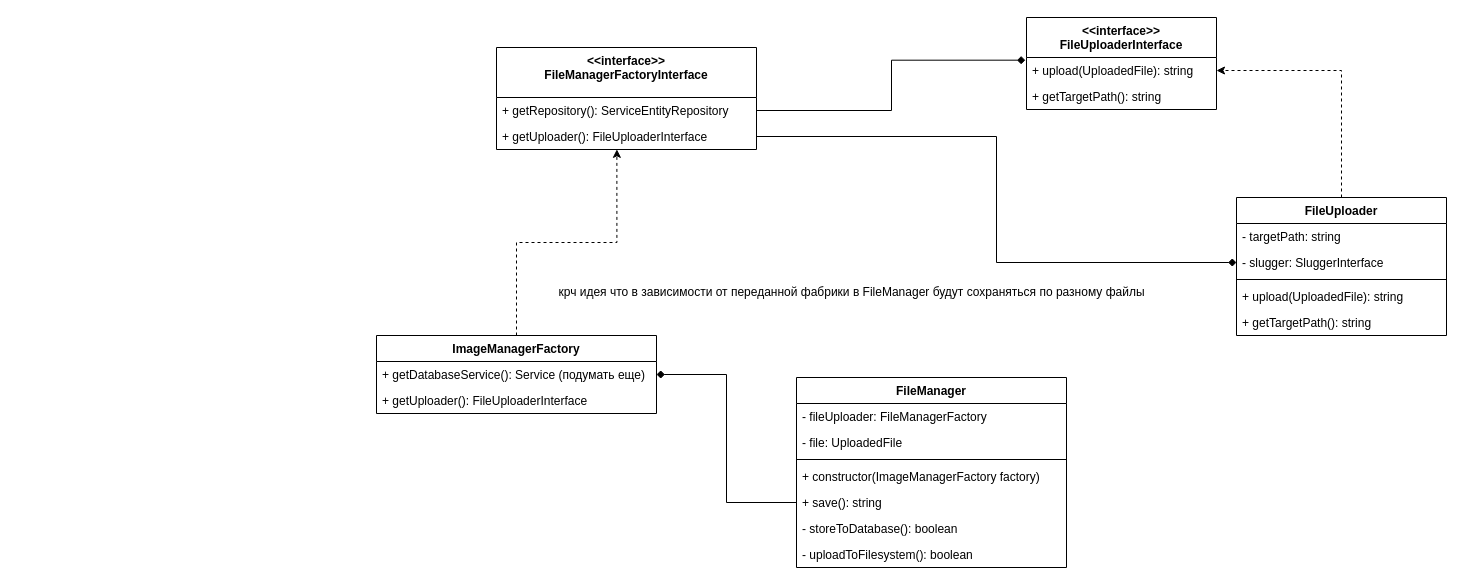
ilya372317/LMS-docker-pack keeps this draw.io diagram as page "Image control" (2 of 2) of UML.drawio. Above is the earlier version. Source tidied: cells renumbered, new cells numbered last; positions are measured from the earlier drawing's top-left corner, leaving out a move shared by most shapes. Both pictures are drawn from the tidied source at 100%, with x=0, y=0 at pixel (376, 17).
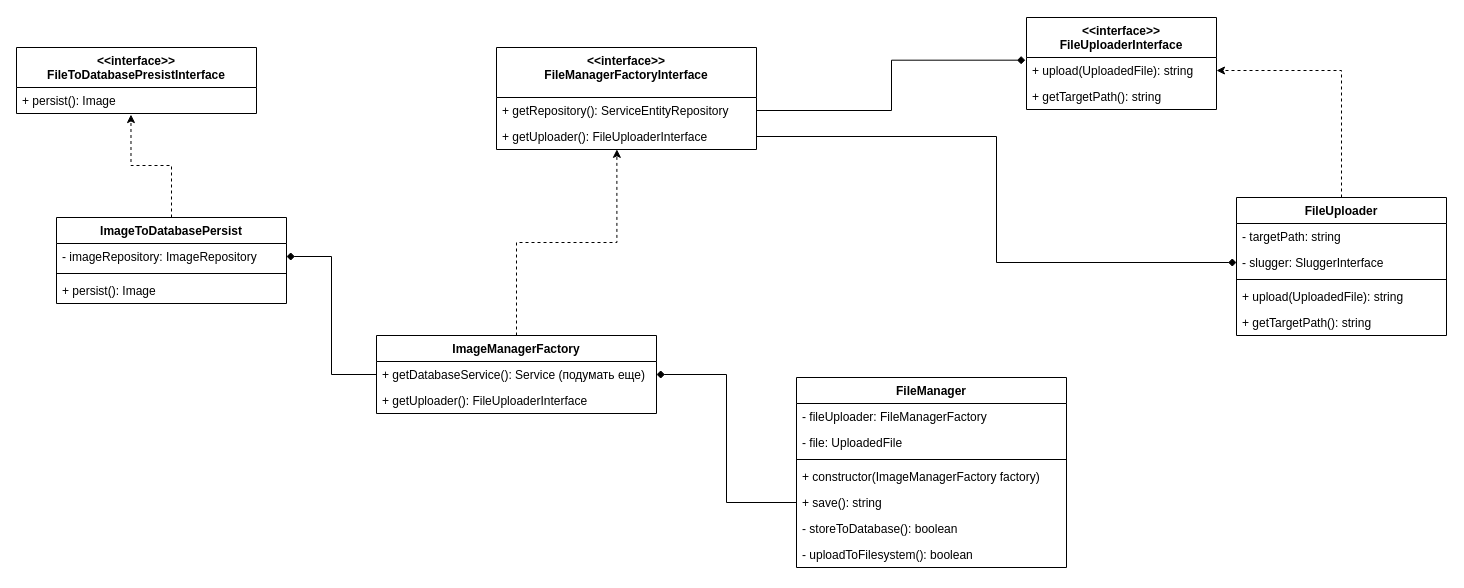
The same diagram, later.

Commit message (it also covers changes not shown here):
finis image manage class diagram

The change refers to these unchanged cells:
```xml
<mxCell id="25" value="+ getDatabaseService(): Service (подумать еще)" style="text;strokeColor=none;fillColor=none;align=left;verticalAlign=top;spacingLeft=4;spacingRight=4;overflow=hidden;points=[[0,0.5],[1,0.5]];portConstraint=eastwest;" parent="24" vertex="1">
  <mxGeometry y="26" width="280" height="26" as="geometry" />
</mxCell>
```

Diff of the diagram source:
```diff
@@
-    <mxCell id="30" value="крч идея что в зависимости от переданной фабрики в FileManager будут сохраняться по разному файлы" style="text;html=1;align=center;verticalAlign=middle;strokeColor=none;fillColor=none;" parent="1" vertex="1">
-      <mxGeometry x="170" y="260" width="610" height="30" as="geometry" />
-    </mxCell>
+    <mxCell id="31" value="&lt;&lt;interface&gt;&gt;&#10;FileToDatabasePresistInterface&#10;" style="swimlane;fontStyle=1;align=center;verticalAlign=top;horizontal=1;startSize=40;" parent="1" vertex="1">
+      <mxGeometry x="-360" y="30" width="240" height="66" as="geometry" />
+    </mxCell>
+    <mxCell id="32" value="+ persist(): Image" style="text;strokeColor=none;fillColor=none;align=left;verticalAlign=top;spacingLeft=4;spacingRight=4;overflow=hidden;points=[[0,0.5],[1,0.5]];portConstraint=eastwest;" parent="31" vertex="1">
+      <mxGeometry y="40" width="240" height="26" as="geometry" />
+    </mxCell>
+    <mxCell id="33" style="edgeStyle=orthogonalEdgeStyle;rounded=0;jettySize=auto;html=1;entryX=0.477;entryY=1.04;entryDx=0;entryDy=0;entryPerimeter=0;dashed=1;" parent="1" edge="1" source="34" target="32">
+      <mxGeometry relative="1" as="geometry" />
+    </mxCell>
+    <mxCell id="34" value="ImageToDatabasePersist" style="swimlane;fontStyle=1;align=center;verticalAlign=top;horizontal=1;startSize=26;" parent="1" vertex="1">
+      <mxGeometry x="-320" y="200" width="230" height="86" as="geometry" />
+    </mxCell>
+    <mxCell id="35" value="- imageRepository: ImageRepository" style="text;strokeColor=none;fillColor=none;align=left;verticalAlign=top;spacingLeft=4;spacingRight=4;overflow=hidden;points=[[0,0.5],[1,0.5]];portConstraint=eastwest;" parent="34" vertex="1">
+      <mxGeometry y="26" width="230" height="26" as="geometry" />
+    </mxCell>
+    <mxCell id="36" style="line;strokeWidth=1;fillColor=none;align=left;verticalAlign=middle;spacingTop=-1;spacingLeft=3;spacingRight=3;labelPosition=right;" parent="34" vertex="1">
+      <mxGeometry y="52" width="230" height="8" as="geometry" />
+    </mxCell>
+    <mxCell id="37" value="+ persist(): Image" style="text;strokeColor=none;fillColor=none;align=left;verticalAlign=top;spacingLeft=4;spacingRight=4;overflow=hidden;" parent="34" vertex="1">
+      <mxGeometry y="60" width="230" height="26" as="geometry" />
+    </mxCell>
+    <mxCell id="38" style="edgeStyle=orthogonalEdgeStyle;rounded=0;jettySize=auto;html=1;exitX=0;exitY=0.5;exitDx=0;exitDy=0;entryX=1;entryY=0.5;entryDx=0;entryDy=0;endArrow=diamond;endFill=1;" parent="1" edge="1" source="25" target="35">
+      <mxGeometry relative="1" as="geometry" />
+    </mxCell>
```
